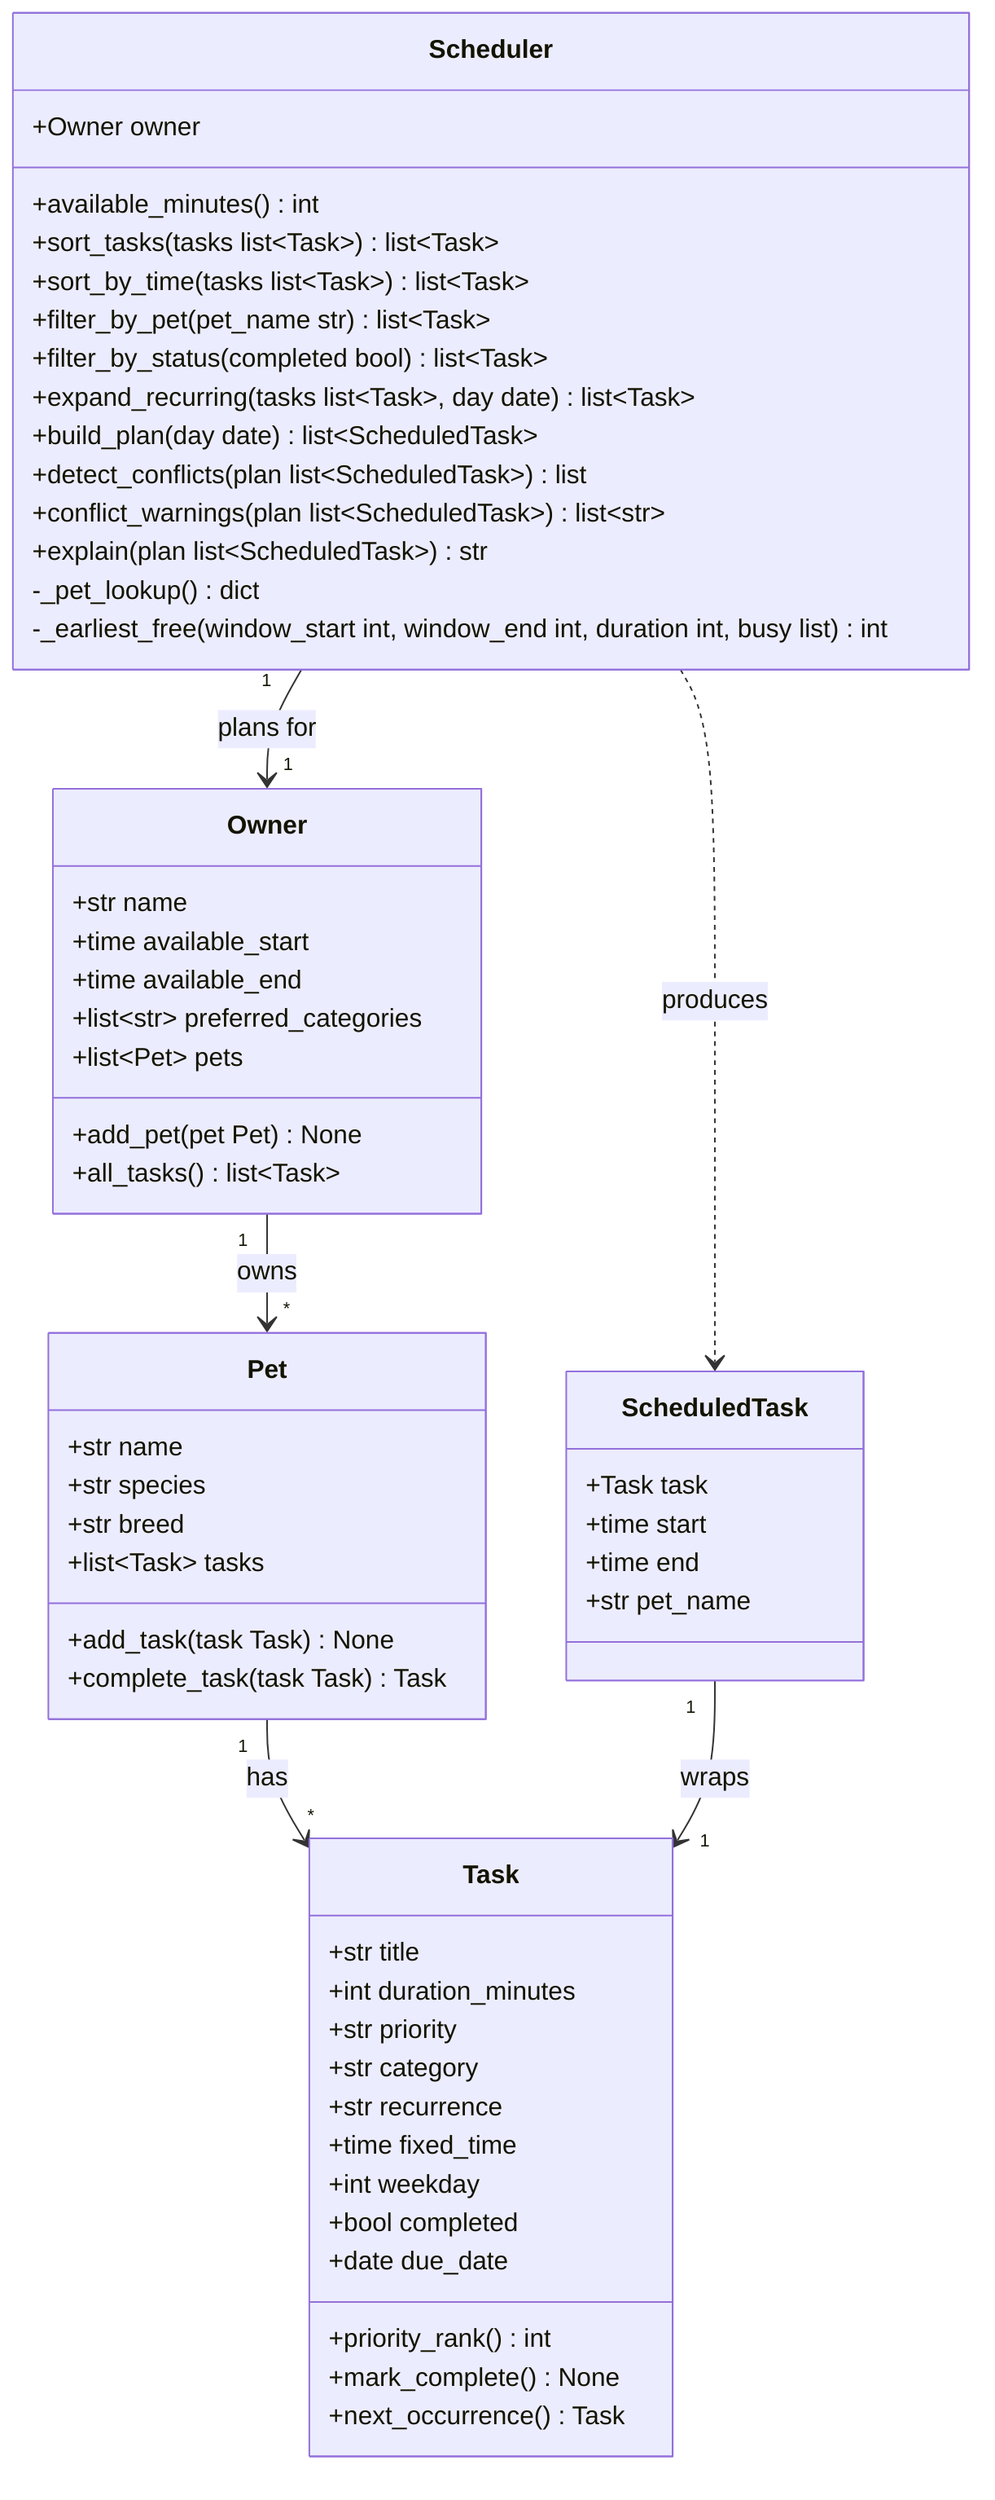
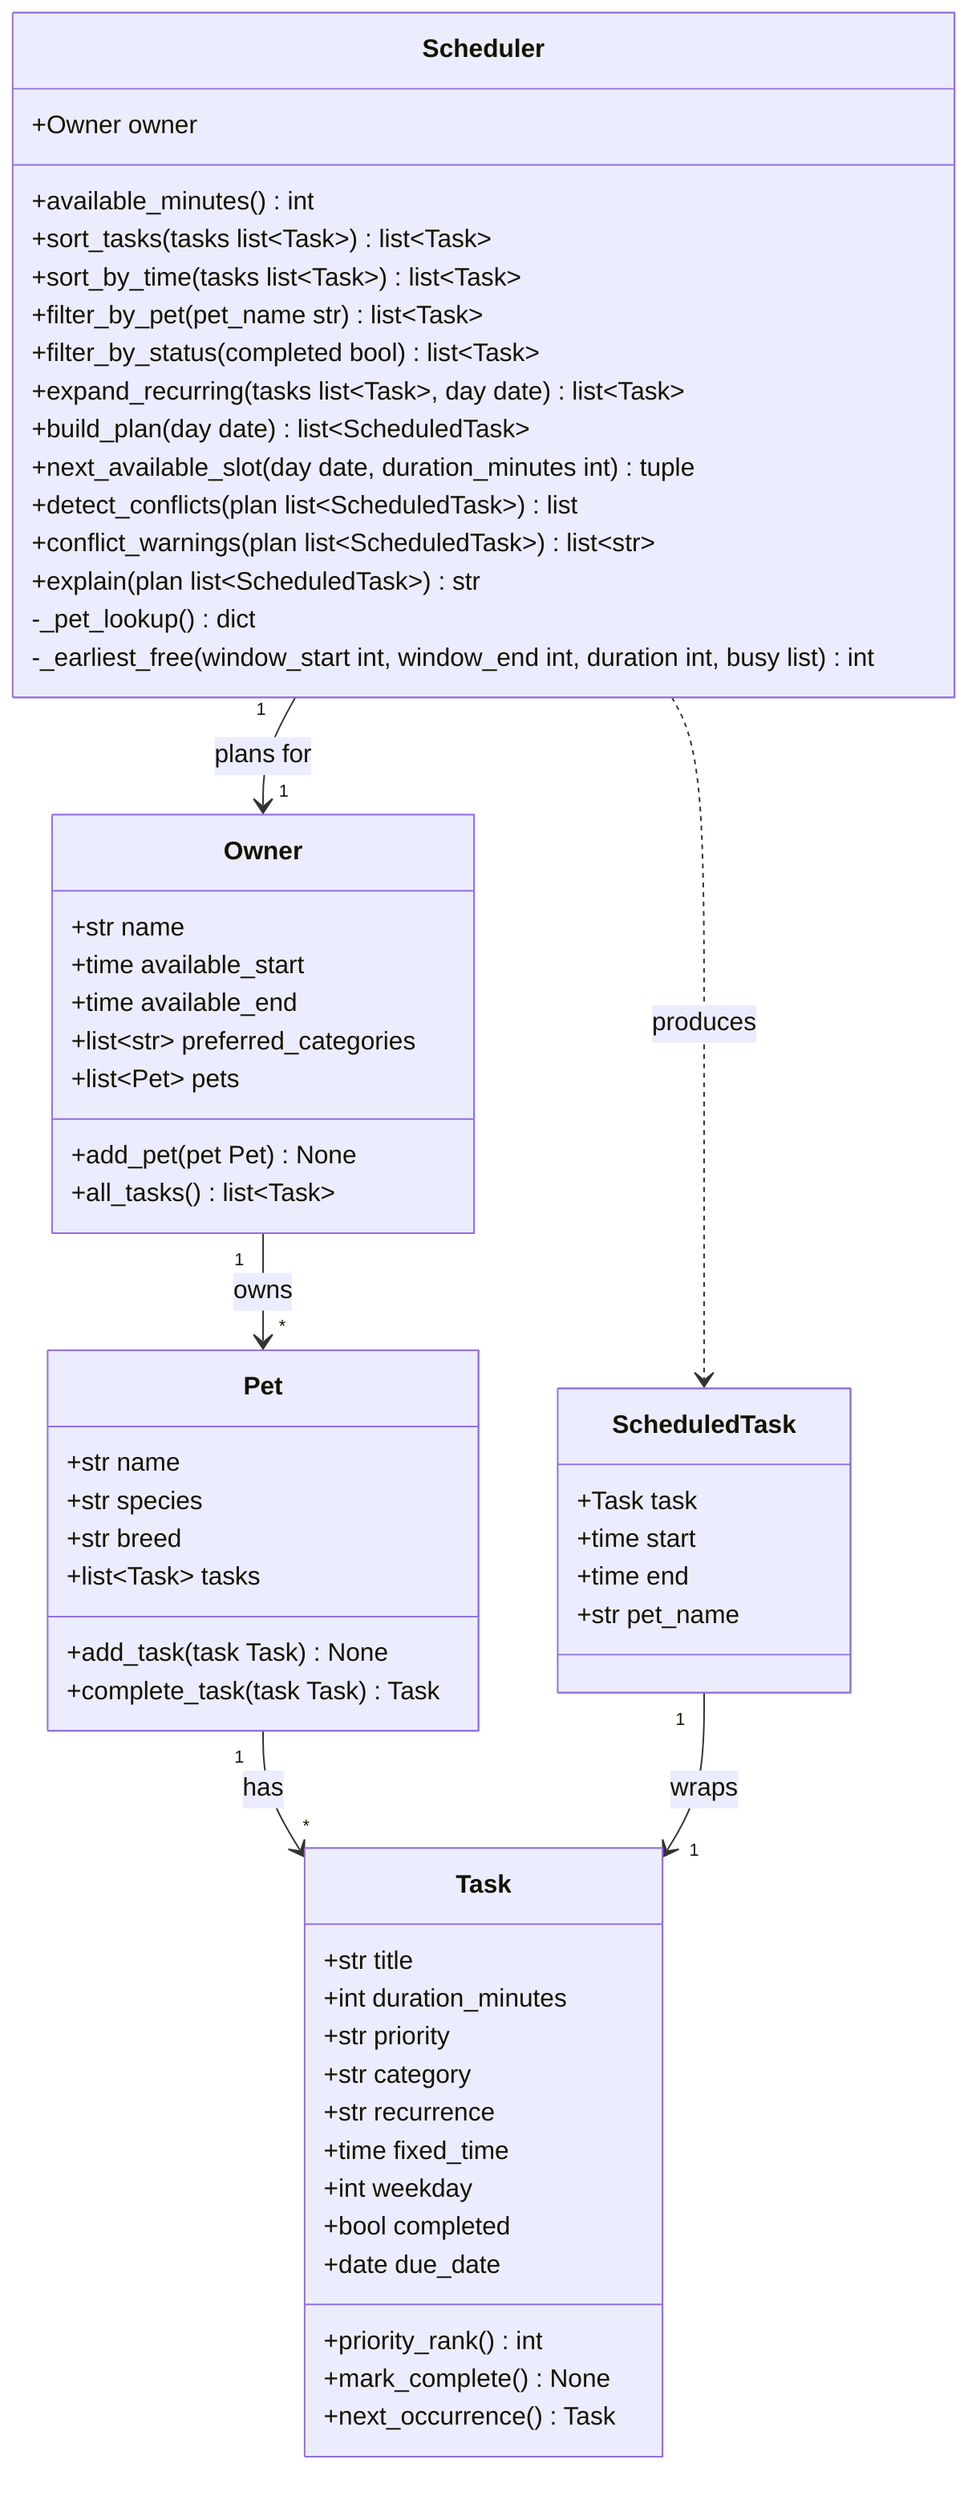
classDiagram
    %% PawPal+ final system architecture -- matches pawpal_system.py.
    %% Data classes (Owner, Pet, Task, ScheduledTask) hold state; Scheduler
    %% holds the algorithms that read that state to build a daily plan.

    class Owner {
        +str name
        +time available_start
        +time available_end
        +list~str~ preferred_categories
        +list~Pet~ pets
        +add_pet(pet Pet) None
        +all_tasks() list~Task~
    }

    class Pet {
        +str name
        +str species
        +str breed
        +list~Task~ tasks
        +add_task(task Task) None
        +complete_task(task Task) Task
    }

    class Task {
        +str title
        +int duration_minutes
        +str priority
        +str category
        +str recurrence
        +time fixed_time
        +int weekday
        +bool completed
        +date due_date
        +priority_rank() int
        +mark_complete() None
        +next_occurrence() Task
    }

    class ScheduledTask {
        +Task task
        +time start
        +time end
        +str pet_name
    }

    class Scheduler {
        +Owner owner
        +available_minutes() int
        +sort_tasks(tasks list~Task~) list~Task~
        +sort_by_time(tasks list~Task~) list~Task~
        +filter_by_pet(pet_name str) list~Task~
        +filter_by_status(completed bool) list~Task~
        +expand_recurring(tasks list~Task~, day date) list~Task~
        +build_plan(day date) list~ScheduledTask~
+         +next_available_slot(day date, duration_minutes int) tuple
        +detect_conflicts(plan list~ScheduledTask~) list
        +conflict_warnings(plan list~ScheduledTask~) list~str~
        +explain(plan list~ScheduledTask~) str
        -_pet_lookup() dict
        -_earliest_free(window_start int, window_end int, duration int, busy list) int
    }

    Owner "1" --> "*" Pet : owns
    Pet "1" --> "*" Task : has
    Scheduler "1" --> "1" Owner : plans for
    Scheduler ..> ScheduledTask : produces
    ScheduledTask "1" --> "1" Task : wraps
